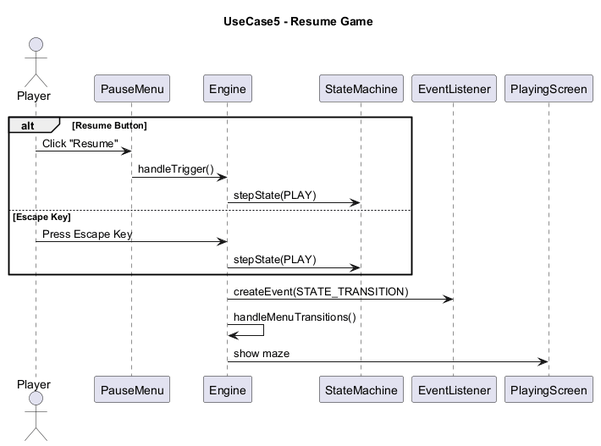
Before: docs/Diagrams/uc5.png, a diagram exported from PlantUML (ChuzaWick420/FYP_AI_Based_Puzzle_Game).
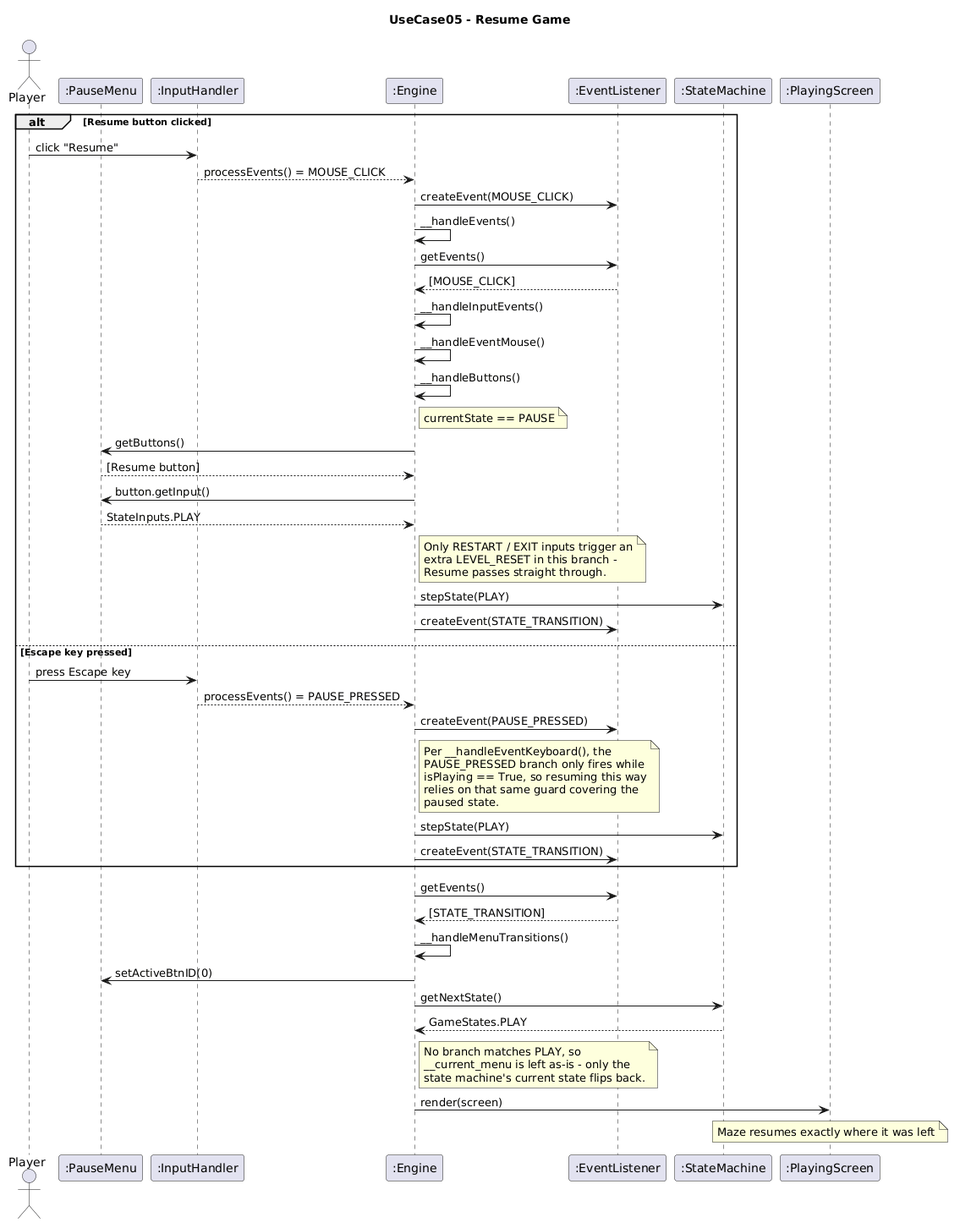
Above is the later version.

Change to the diagram source:
```diff
@@ -1,27 +1,49 @@
 @startuml
-title UseCase5 - Resume Game
+title UseCase05 - Resume Game
 
 actor Player
+participant ":PauseMenu" as PM
+participant ":InputHandler" as IH
+participant ":Engine" as E
+participant ":EventListener" as EL
+participant ":StateMachine" as SM
+participant ":PlayingScreen" as PS
 
-participant PauseMenu
-participant Engine
-participant StateMachine
-participant EventListener
-participant PlayingScreen
-
-alt Resume Button
-    Player -> PauseMenu : Click "Resume"
-
-    PauseMenu -> Engine : handleTrigger()
-    Engine -> StateMachine : stepState(PLAY)
-
-else Escape Key
-    Player -> Engine : Press Escape Key
-    Engine -> StateMachine : stepState(PLAY)
+alt Resume button clicked
+  Player -> IH : click "Resume"
+  IH --> E : processEvents() = MOUSE_CLICK
+  E -> EL : createEvent(MOUSE_CLICK)
+  E -> E : __handleEvents()
+  E -> EL : getEvents()
+  EL --> E : [MOUSE_CLICK]
+  E -> E : __handleInputEvents()
+  E -> E : __handleEventMouse()
+  E -> E : __handleButtons()
+  note right of E : currentState == PAUSE
+  E -> PM : getButtons()
+  PM --> E : [Resume button]
+  E -> PM : button.getInput()
+  PM --> E : StateInputs.PLAY
+  note right of E : Only RESTART / EXIT inputs trigger an\nextra LEVEL_RESET in this branch -\nResume passes straight through.
+  E -> SM : stepState(PLAY)
+  E -> EL : createEvent(STATE_TRANSITION)
+else Escape key pressed
+  Player -> IH : press Escape key
+  IH --> E : processEvents() = PAUSE_PRESSED
+  E -> EL : createEvent(PAUSE_PRESSED)
+  note right of E : Per __handleEventKeyboard(), the\nPAUSE_PRESSED branch only fires while\nisPlaying == True, so resuming this way\nrelies on that same guard covering the\npaused state.
+  E -> SM : stepState(PLAY)
+  E -> EL : createEvent(STATE_TRANSITION)
 end
 
-Engine -> EventListener : createEvent(STATE_TRANSITION)
-Engine -> Engine : handleMenuTransitions()
-Engine -> PlayingScreen : show maze
+E -> EL : getEvents()
+EL --> E : [STATE_TRANSITION]
+E -> E : __handleMenuTransitions()
+E -> PM : setActiveBtnID(0)
+E -> SM : getNextState()
+SM --> E : GameStates.PLAY
+note right of E : No branch matches PLAY, so\n__current_menu is left as-is - only the\nstate machine's current state flips back.
 
+E -> PS : render(screen)
+note over PS : Maze resumes exactly where it was left
 @enduml
```
